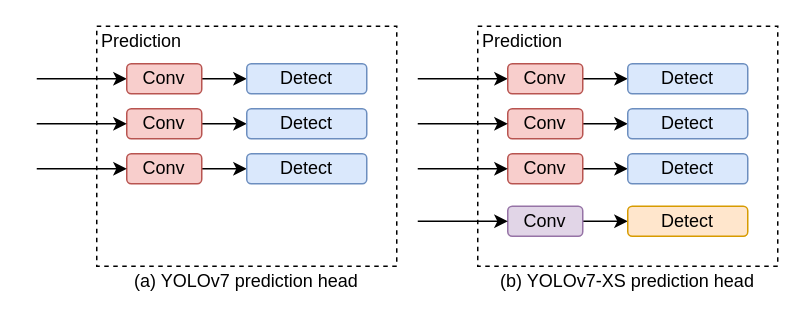
The draw.io diagram four_head.drawio in YANGJUNYAN0715/papers, before the edit. Source tidied: cells renumbered, new cells numbered last; positions are measured from the earlier drawing's top-left corner, leaving out a move shared by most shapes. Both pictures are drawn from the tidied source at 150%, with x=0, y=0 at pixel (36, 26).
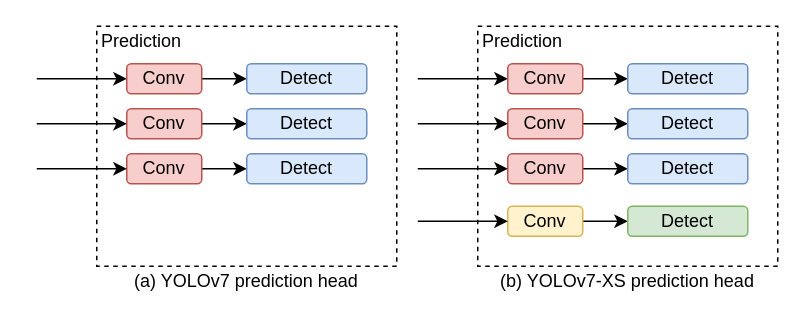
The same page after the edit.

Change to the diagram source:
```diff
@@
-    <mxCell id="35" value="Conv" style="rounded=1;whiteSpace=wrap;html=1;fillColor=#e1d5e7;strokeColor=#9673a6;" parent="1" vertex="1">
+    <mxCell id="35" value="Conv" style="rounded=1;whiteSpace=wrap;html=1;fillColor=#fff2cc;strokeColor=#d6b656;" parent="1" vertex="1">
       <mxGeometry x="314" y="120" width="50" height="20" as="geometry" />
     </mxCell>
@@
-    <mxCell id="37" value="Detect" style="rounded=1;whiteSpace=wrap;html=1;fillColor=#ffe6cc;strokeColor=#d79b00;" parent="1" vertex="1">
+    <mxCell id="37" value="Detect" style="rounded=1;whiteSpace=wrap;html=1;fillColor=#d5e8d4;strokeColor=#82b366;" parent="1" vertex="1">
       <mxGeometry x="394" y="120" width="80" height="20" as="geometry" />
     </mxCell>
```
